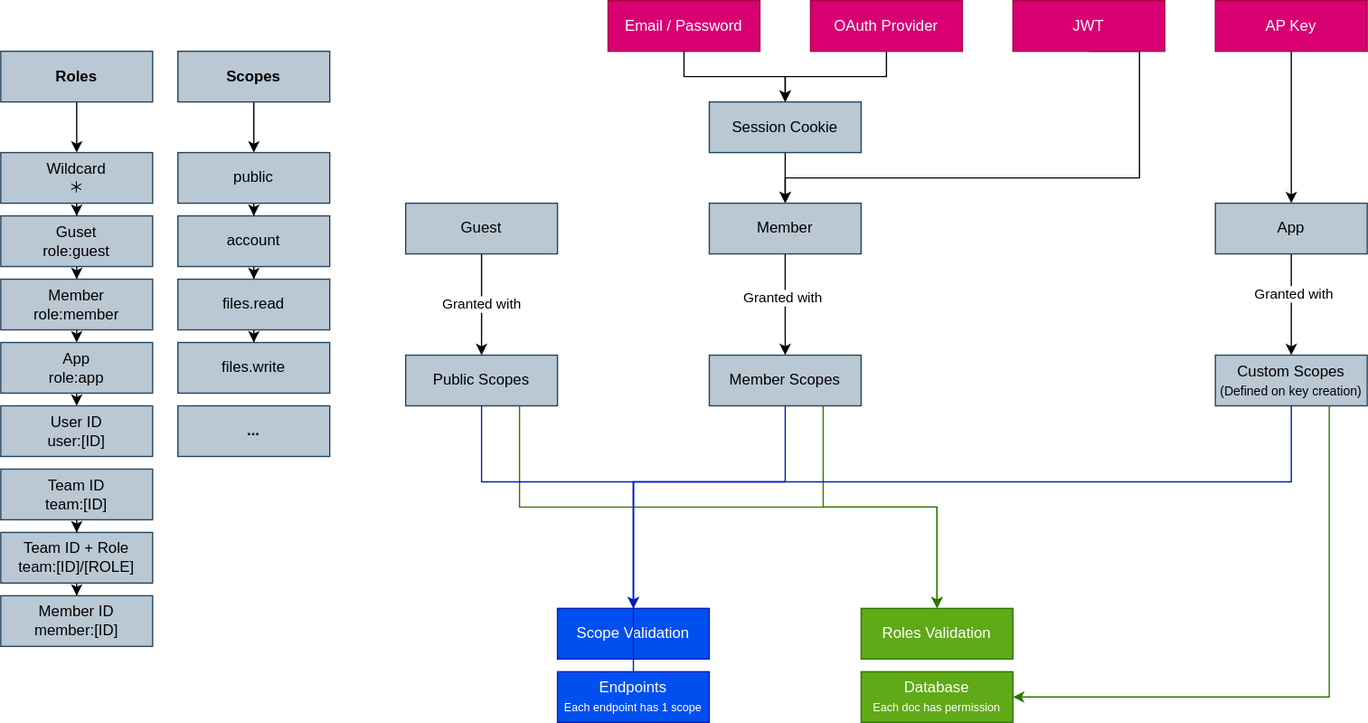
Earlier version of the draw.io export docs/specs/authentication.drawio.svg (silverknight59222/appwrite). Source tidied: cells renumbered, new cells last; positions are measured from the earlier drawing's top-left corner, leaving out a move shared by most shapes.
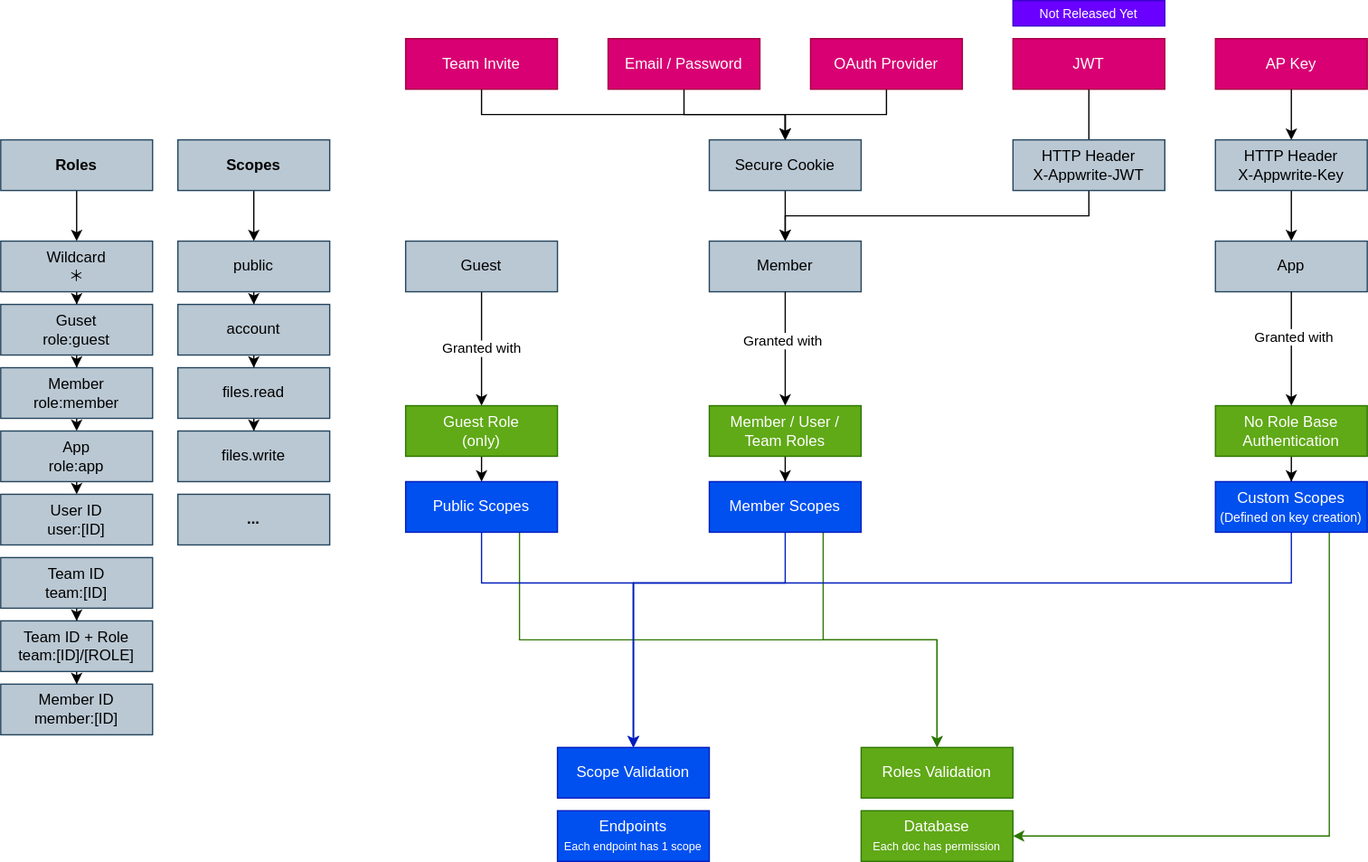
After the change.

The edit, as a diff of the source:
```diff
@@ -9,3 +9,3 @@
     </mxCell>
-    <mxCell id="3" value="Session Cookie" style="rounded=0;whiteSpace=wrap;html=1;strokeColor=#23445d;fillColor=#bac8d3;fontColor=#000000;labelBorderColor=none;" parent="1" vertex="1">
+    <mxCell id="3" value="Secure Cookie" style="rounded=0;whiteSpace=wrap;html=1;strokeColor=#23445d;fillColor=#bac8d3;fontColor=#000000;labelBorderColor=none;" parent="1" vertex="1">
       <mxGeometry x="560" y="80" width="120" height="40" as="geometry" />
@@ -26,8 +26,5 @@
     </mxCell>
-    <mxCell id="8" style="edgeStyle=orthogonalEdgeStyle;rounded=0;jettySize=auto;html=1;" parent="1" edge="1" source="10" target="24">
+    <mxCell id="8" style="edgeStyle=orthogonalEdgeStyle;rounded=0;jettySize=auto;html=1;" parent="1" edge="1" source="62" target="24">
       <mxGeometry relative="1" as="geometry" />
     </mxCell>
-    <mxCell id="9" value="Granted with" style="edgeLabel;html=1;align=center;verticalAlign=middle;" parent="8" vertex="1">
-      <mxGeometry x="-0.15" y="-3" relative="1" as="geometry" />
-    </mxCell>
     <mxCell id="10" value="Member" style="rounded=0;whiteSpace=wrap;html=1;strokeColor=#23445d;fillColor=#bac8d3;fontColor=#000000;labelBorderColor=none;" parent="1" vertex="1">
@@ -35,8 +32,5 @@
     </mxCell>
-    <mxCell id="11" style="edgeStyle=orthogonalEdgeStyle;rounded=0;jettySize=auto;html=1;" parent="1" edge="1" source="13" target="26">
+    <mxCell id="11" style="edgeStyle=orthogonalEdgeStyle;rounded=0;jettySize=auto;html=1;" parent="1" edge="1" source="65" target="26">
       <mxGeometry relative="1" as="geometry" />
     </mxCell>
-    <mxCell id="12" value="Granted with" style="edgeLabel;html=1;align=center;verticalAlign=middle;" parent="11" vertex="1">
-      <mxGeometry x="-0.23" y="1" relative="1" as="geometry" />
-    </mxCell>
     <mxCell id="13" value="App" style="rounded=0;whiteSpace=wrap;html=1;strokeColor=#23445d;fillColor=#bac8d3;fontColor=#000000;labelBorderColor=none;" parent="1" vertex="1">
@@ -47,3 +41,3 @@
         <Array as="points">
-          <mxPoint x="900" y="140" />
+          <mxPoint x="860" y="140" />
           <mxPoint x="620" y="140" />
@@ -55,3 +49,3 @@
     </mxCell>
-    <mxCell id="16" style="edgeStyle=orthogonalEdgeStyle;rounded=0;jettySize=auto;html=1;exitX=0.5;exitY=1;exitDx=0;exitDy=0;entryX=0.5;entryY=0;entryDx=0;entryDy=0;" parent="1" edge="1" source="17" target="13">
+    <mxCell id="16" style="edgeStyle=orthogonalEdgeStyle;rounded=0;jettySize=auto;html=1;exitX=0.5;exitY=1;exitDx=0;exitDy=0;entryX=0.5;entryY=0;entryDx=0;entryDy=0;" parent="1" edge="1" source="17" target="71">
       <mxGeometry relative="1" as="geometry" />
@@ -61,3 +55,3 @@
     </mxCell>
-    <mxCell id="18" style="edgeStyle=orthogonalEdgeStyle;rounded=0;jettySize=auto;html=1;" parent="1" edge="1" source="20" target="22">
+    <mxCell id="18" style="edgeStyle=orthogonalEdgeStyle;rounded=0;jettySize=auto;html=1;entryX=0.5;entryY=0;entryDx=0;entryDy=0;" parent="1" edge="1" source="20" target="61">
       <mxGeometry relative="1" as="geometry" />
@@ -73,4 +67,4 @@
     </mxCell>
-    <mxCell id="22" value="Public Scopes" style="rounded=0;whiteSpace=wrap;html=1;strokeColor=#23445d;fillColor=#bac8d3;fontColor=#000000;labelBorderColor=none;" parent="1" vertex="1">
-      <mxGeometry x="320" y="280" width="120" height="40" as="geometry" />
+    <mxCell id="22" value="Public Scopes" style="rounded=0;whiteSpace=wrap;html=1;strokeColor=#001DBC;fillColor=#0050ef;fontColor=#ffffff;labelBorderColor=none;" parent="1" vertex="1">
+      <mxGeometry x="320" y="350" width="120" height="40" as="geometry" />
     </mxCell>
@@ -79,4 +73,4 @@
     </mxCell>
-    <mxCell id="24" value="Member Scopes" style="rounded=0;whiteSpace=wrap;html=1;strokeColor=#23445d;fillColor=#bac8d3;fontColor=#000000;labelBorderColor=none;" parent="1" vertex="1">
-      <mxGeometry x="560" y="280" width="120" height="40" as="geometry" />
+    <mxCell id="24" value="Member Scopes" style="rounded=0;whiteSpace=wrap;html=1;strokeColor=#001DBC;fillColor=#0050ef;fontColor=#ffffff;labelBorderColor=none;" parent="1" vertex="1">
+      <mxGeometry x="560" y="350" width="120" height="40" as="geometry" />
     </mxCell>
@@ -85,13 +79,14 @@
     </mxCell>
-    <mxCell id="26" value="Custom Scopes&lt;br&gt;&lt;font style=&quot;font-size: 10px&quot;&gt;(Defined on key creation)&lt;/font&gt;" style="rounded=0;whiteSpace=wrap;html=1;strokeColor=#23445d;fillColor=#bac8d3;fontColor=#000000;labelBorderColor=none;" parent="1" vertex="1">
-      <mxGeometry x="960" y="280" width="120" height="40" as="geometry" />
+    <mxCell id="26" value="Custom Scopes&lt;br&gt;&lt;font style=&quot;font-size: 10px&quot;&gt;(Defined on key creation)&lt;/font&gt;" style="rounded=0;whiteSpace=wrap;html=1;strokeColor=#001DBC;fillColor=#0050ef;fontColor=#ffffff;labelBorderColor=none;" parent="1" vertex="1">
+      <mxGeometry x="960" y="350" width="120" height="40" as="geometry" />
     </mxCell>
     <mxCell id="27" value="Scope Validation" style="rounded=0;whiteSpace=wrap;html=1;strokeColor=#001DBC;fillColor=#0050ef;fontColor=#ffffff;labelBorderColor=none;" parent="1" vertex="1">
-      <mxGeometry x="440" y="480" width="120" height="40" as="geometry" />
+      <mxGeometry x="440" y="560" width="120" height="40" as="geometry" />
     </mxCell>
-    <mxCell id="28" style="edgeStyle=orthogonalEdgeStyle;rounded=0;jettySize=auto;html=1;entryX=0.5;entryY=0;entryDx=0;entryDy=0;exitX=0.5;exitY=1;exitDx=0;exitDy=0;fillColor=#0050ef;strokeColor=#001DBC;" parent="1" edge="1" source="24" target="27">
+    <mxCell id="28" style="edgeStyle=orthogonalEdgeStyle;rounded=0;jettySize=auto;html=1;exitX=0.5;exitY=1;exitDx=0;exitDy=0;fillColor=#0050ef;strokeColor=#001DBC;" parent="1" edge="1" source="24">
       <mxGeometry relative="1" as="geometry">
+        <mxPoint x="500" y="560" as="targetPoint" />
         <Array as="points">
-          <mxPoint x="620" y="380" />
-          <mxPoint x="500" y="380" />
+          <mxPoint x="620" y="430" />
+          <mxPoint x="500" y="430" />
         </Array>
@@ -103,4 +98,4 @@
         <Array as="points">
-          <mxPoint x="1020" y="380" />
-          <mxPoint x="500" y="380" />
+          <mxPoint x="1020" y="430" />
+          <mxPoint x="500" y="430" />
         </Array>
@@ -108,7 +103,8 @@
     </mxCell>
-    <mxCell id="30" style="edgeStyle=orthogonalEdgeStyle;rounded=0;jettySize=auto;html=1;exitX=0.5;exitY=1;exitDx=0;exitDy=0;entryX=0.5;entryY=0;entryDx=0;entryDy=0;fillColor=#0050ef;strokeColor=#001DBC;" parent="1" edge="1" source="22" target="27">
+    <mxCell id="30" style="edgeStyle=orthogonalEdgeStyle;rounded=0;jettySize=auto;html=1;exitX=0.5;exitY=1;exitDx=0;exitDy=0;fillColor=#0050ef;strokeColor=#001DBC;" parent="1" edge="1" source="22">
       <mxGeometry relative="1" as="geometry">
+        <mxPoint x="500" y="560" as="targetPoint" />
         <Array as="points">
-          <mxPoint x="380" y="380" />
-          <mxPoint x="500" y="380" />
+          <mxPoint x="380" y="430" />
+          <mxPoint x="500" y="430" />
         </Array>
@@ -117,6 +113,6 @@
     <mxCell id="31" value="Database&lt;br&gt;&lt;font style=&quot;font-size: 9px&quot;&gt;Each doc has permission&lt;/font&gt;" style="rounded=0;whiteSpace=wrap;html=1;strokeColor=#2D7600;fillColor=#60a917;fontColor=#ffffff;labelBorderColor=none;" parent="1" vertex="1">
-      <mxGeometry x="680" y="530" width="120" height="40" as="geometry" />
+      <mxGeometry x="680" y="610" width="120" height="40" as="geometry" />
     </mxCell>
     <mxCell id="32" value="Roles Validation" style="rounded=0;whiteSpace=wrap;html=1;strokeColor=#2D7600;fillColor=#60a917;fontColor=#ffffff;labelBorderColor=none;" parent="1" vertex="1">
-      <mxGeometry x="680" y="480" width="120" height="40" as="geometry" />
+      <mxGeometry x="680" y="560" width="120" height="40" as="geometry" />
     </mxCell>
@@ -126,3 +122,3 @@
     <mxCell id="34" value="Roles" style="rounded=0;whiteSpace=wrap;html=1;strokeColor=#23445d;fillColor=#bac8d3;fontColor=#000000;labelBorderColor=none;fontStyle=1;" parent="1" vertex="1">
-      <mxGeometry y="40" width="120" height="40" as="geometry" />
+      <mxGeometry y="80" width="120" height="40" as="geometry" />
     </mxCell>
@@ -132,3 +128,3 @@
     <mxCell id="36" value="Wildcard&lt;br&gt;＊" style="rounded=0;whiteSpace=wrap;html=1;strokeColor=#23445d;fillColor=#bac8d3;fontColor=#000000;labelBorderColor=none;" parent="1" vertex="1">
-      <mxGeometry y="120" width="120" height="40" as="geometry" />
+      <mxGeometry y="160" width="120" height="40" as="geometry" />
     </mxCell>
@@ -138,3 +134,3 @@
     <mxCell id="38" value="Guset&lt;br&gt;role:guest" style="rounded=0;whiteSpace=wrap;html=1;strokeColor=#23445d;fillColor=#bac8d3;fontColor=#000000;labelBorderColor=none;" parent="1" vertex="1">
-      <mxGeometry y="170" width="120" height="40" as="geometry" />
+      <mxGeometry y="210" width="120" height="40" as="geometry" />
     </mxCell>
@@ -144,3 +140,3 @@
     <mxCell id="40" value="Member&lt;br&gt;role:member" style="rounded=0;whiteSpace=wrap;html=1;strokeColor=#23445d;fillColor=#bac8d3;fontColor=#000000;labelBorderColor=none;" parent="1" vertex="1">
-      <mxGeometry y="220" width="120" height="40" as="geometry" />
+      <mxGeometry y="260" width="120" height="40" as="geometry" />
     </mxCell>
@@ -150,6 +146,6 @@
     <mxCell id="42" value="App&lt;br&gt;role:app" style="rounded=0;whiteSpace=wrap;html=1;strokeColor=#23445d;fillColor=#bac8d3;fontColor=#000000;labelBorderColor=none;" parent="1" vertex="1">
-      <mxGeometry y="270" width="120" height="40" as="geometry" />
+      <mxGeometry y="310" width="120" height="40" as="geometry" />
     </mxCell>
     <mxCell id="43" value="User ID&lt;br&gt;user:[ID]" style="rounded=0;whiteSpace=wrap;html=1;strokeColor=#23445d;fillColor=#bac8d3;fontColor=#000000;labelBorderColor=none;" parent="1" vertex="1">
-      <mxGeometry y="320" width="120" height="40" as="geometry" />
+      <mxGeometry y="360" width="120" height="40" as="geometry" />
     </mxCell>
@@ -159,3 +155,3 @@
     <mxCell id="45" value="Team ID&lt;br&gt;team:[ID]" style="rounded=0;whiteSpace=wrap;html=1;strokeColor=#23445d;fillColor=#bac8d3;fontColor=#000000;labelBorderColor=none;" parent="1" vertex="1">
-      <mxGeometry y="370" width="120" height="40" as="geometry" />
+      <mxGeometry y="410" width="120" height="40" as="geometry" />
     </mxCell>
@@ -165,9 +161,9 @@
     <mxCell id="47" value="Team ID + Role&lt;br&gt;team:[ID]/[ROLE]" style="rounded=0;whiteSpace=wrap;html=1;strokeColor=#23445d;fillColor=#bac8d3;fontColor=#000000;labelBorderColor=none;" parent="1" vertex="1">
-      <mxGeometry y="420" width="120" height="40" as="geometry" />
+      <mxGeometry y="460" width="120" height="40" as="geometry" />
     </mxCell>
     <mxCell id="48" value="Member ID&lt;br&gt;member:[ID]" style="rounded=0;whiteSpace=wrap;html=1;strokeColor=#23445d;fillColor=#bac8d3;fontColor=#000000;labelBorderColor=none;" parent="1" vertex="1">
-      <mxGeometry y="470" width="120" height="40" as="geometry" />
+      <mxGeometry y="510" width="120" height="40" as="geometry" />
     </mxCell>
     <mxCell id="49" value="Endpoints&lt;br&gt;&lt;font style=&quot;font-size: 9px&quot;&gt;Each endpoint has 1 scope&lt;/font&gt;" style="rounded=0;whiteSpace=wrap;html=1;strokeColor=#001DBC;fillColor=#0050ef;fontColor=#ffffff;labelBorderColor=none;" parent="1" vertex="1">
-      <mxGeometry x="440" y="530" width="120" height="40" as="geometry" />
+      <mxGeometry x="440" y="610" width="120" height="40" as="geometry" />
     </mxCell>
@@ -177,3 +173,3 @@
     <mxCell id="51" value="Scopes" style="rounded=0;whiteSpace=wrap;html=1;strokeColor=#23445d;fillColor=#bac8d3;fontColor=#000000;labelBorderColor=none;fontStyle=1;" parent="1" vertex="1">
-      <mxGeometry x="140" y="40" width="120" height="40" as="geometry" />
+      <mxGeometry x="140" y="80" width="120" height="40" as="geometry" />
     </mxCell>
@@ -183,3 +179,3 @@
     <mxCell id="53" value="public" style="rounded=0;whiteSpace=wrap;html=1;strokeColor=#23445d;fillColor=#bac8d3;fontColor=#000000;labelBorderColor=none;" parent="1" vertex="1">
-      <mxGeometry x="140" y="120" width="120" height="40" as="geometry" />
+      <mxGeometry x="140" y="160" width="120" height="40" as="geometry" />
     </mxCell>
@@ -189,3 +185,3 @@
     <mxCell id="55" value="account" style="rounded=0;whiteSpace=wrap;html=1;strokeColor=#23445d;fillColor=#bac8d3;fontColor=#000000;labelBorderColor=none;" parent="1" vertex="1">
-      <mxGeometry x="140" y="170" width="120" height="40" as="geometry" />
+      <mxGeometry x="140" y="210" width="120" height="40" as="geometry" />
     </mxCell>
@@ -195,10 +191,52 @@
     <mxCell id="57" value="files.read" style="rounded=0;whiteSpace=wrap;html=1;strokeColor=#23445d;fillColor=#bac8d3;fontColor=#000000;labelBorderColor=none;" parent="1" vertex="1">
-      <mxGeometry x="140" y="220" width="120" height="40" as="geometry" />
+      <mxGeometry x="140" y="260" width="120" height="40" as="geometry" />
     </mxCell>
     <mxCell id="58" value="files.write" style="rounded=0;whiteSpace=wrap;html=1;strokeColor=#23445d;fillColor=#bac8d3;fontColor=#000000;labelBorderColor=none;" parent="1" vertex="1">
-      <mxGeometry x="140" y="270" width="120" height="40" as="geometry" />
+      <mxGeometry x="140" y="310" width="120" height="40" as="geometry" />
     </mxCell>
     <mxCell id="59" value="&lt;b&gt;...&lt;/b&gt;" style="rounded=0;whiteSpace=wrap;html=1;strokeColor=#23445d;fillColor=#bac8d3;fontColor=#000000;labelBorderColor=none;" parent="1" vertex="1">
-      <mxGeometry x="140" y="320" width="120" height="40" as="geometry" />
+      <mxGeometry x="140" y="360" width="120" height="40" as="geometry" />
     </mxCell>
+    <mxCell id="60" style="edgeStyle=orthogonalEdgeStyle;rounded=0;jettySize=auto;html=1;exitX=0.5;exitY=1;exitDx=0;exitDy=0;entryX=0.5;entryY=0;entryDx=0;entryDy=0;" parent="1" edge="1" source="61" target="22">
+      <mxGeometry relative="1" as="geometry" />
+    </mxCell>
+    <mxCell id="61" value="Guest Role&lt;br&gt;(only)" style="rounded=0;whiteSpace=wrap;html=1;strokeColor=#2D7600;fillColor=#60a917;fontColor=#ffffff;labelBorderColor=none;" parent="1" vertex="1">
+      <mxGeometry x="320" y="290" width="120" height="40" as="geometry" />
+    </mxCell>
+    <mxCell id="62" value="Member / User / Team Roles" style="rounded=0;whiteSpace=wrap;html=1;strokeColor=#2D7600;fillColor=#60a917;fontColor=#ffffff;labelBorderColor=none;" parent="1" vertex="1">
+      <mxGeometry x="560" y="290" width="120" height="40" as="geometry" />
+    </mxCell>
+    <mxCell id="63" style="edgeStyle=orthogonalEdgeStyle;rounded=0;jettySize=auto;html=1;" parent="1" edge="1" source="10" target="62">
+      <mxGeometry relative="1" as="geometry" />
+    </mxCell>
+    <mxCell id="64" value="Granted with" style="edgeLabel;html=1;align=center;verticalAlign=middle;" parent="63" vertex="1">
+      <mxGeometry x="-0.15" y="-3" relative="1" as="geometry" />
+    </mxCell>
+    <mxCell id="65" value="No Role Base&lt;br&gt;Authentication" style="rounded=0;whiteSpace=wrap;html=1;strokeColor=#2D7600;fillColor=#60a917;fontColor=#ffffff;labelBorderColor=none;" parent="1" vertex="1">
+      <mxGeometry x="960" y="290" width="120" height="40" as="geometry" />
+    </mxCell>
+    <mxCell id="66" style="edgeStyle=orthogonalEdgeStyle;rounded=0;jettySize=auto;html=1;" parent="1" edge="1" source="13" target="65">
+      <mxGeometry relative="1" as="geometry" />
+    </mxCell>
+    <mxCell id="67" value="Granted with" style="edgeLabel;html=1;align=center;verticalAlign=middle;" parent="66" vertex="1">
+      <mxGeometry x="-0.23" y="1" relative="1" as="geometry" />
+    </mxCell>
+    <mxCell id="68" style="edgeStyle=orthogonalEdgeStyle;rounded=0;jettySize=auto;html=1;exitX=0.5;exitY=1;exitDx=0;exitDy=0;entryX=0.5;entryY=0;entryDx=0;entryDy=0;" parent="1" edge="1" source="69" target="3">
+      <mxGeometry relative="1" as="geometry" />
+    </mxCell>
+    <mxCell id="69" value="Team Invite" style="rounded=0;whiteSpace=wrap;html=1;strokeColor=#A50040;fillColor=#d80073;fontColor=#ffffff;labelBorderColor=none;" parent="1" vertex="1">
+      <mxGeometry x="320" width="120" height="40" as="geometry" />
+    </mxCell>
+    <mxCell id="70" style="edgeStyle=orthogonalEdgeStyle;rounded=0;jettySize=auto;html=1;exitX=0.5;exitY=1;exitDx=0;exitDy=0;" parent="1" edge="1" source="71" target="13">
+      <mxGeometry relative="1" as="geometry" />
+    </mxCell>
+    <mxCell id="71" value="HTTP Header&lt;br&gt;X-Appwrite-Key" style="rounded=0;whiteSpace=wrap;html=1;strokeColor=#23445d;fillColor=#bac8d3;fontColor=#000000;labelBorderColor=none;" parent="1" vertex="1">
+      <mxGeometry x="960" y="80" width="120" height="40" as="geometry" />
+    </mxCell>
+    <mxCell id="72" value="HTTP Header&lt;br&gt;X-Appwrite-JWT" style="rounded=0;whiteSpace=wrap;html=1;strokeColor=#23445d;fillColor=#bac8d3;fontColor=#000000;labelBorderColor=none;" parent="1" vertex="1">
+      <mxGeometry x="800" y="80" width="120" height="40" as="geometry" />
+    </mxCell>
+    <mxCell id="73" value="&lt;font style=&quot;font-size: 10px&quot;&gt;Not Released Yet&lt;/font&gt;" style="rounded=0;whiteSpace=wrap;html=1;strokeColor=#3700CC;fillColor=#6a00ff;fontColor=#ffffff;labelBorderColor=none;" parent="1" vertex="1">
+      <mxGeometry x="800" y="-30" width="120" height="20" as="geometry" />
+    </mxCell>
   </root>
```
